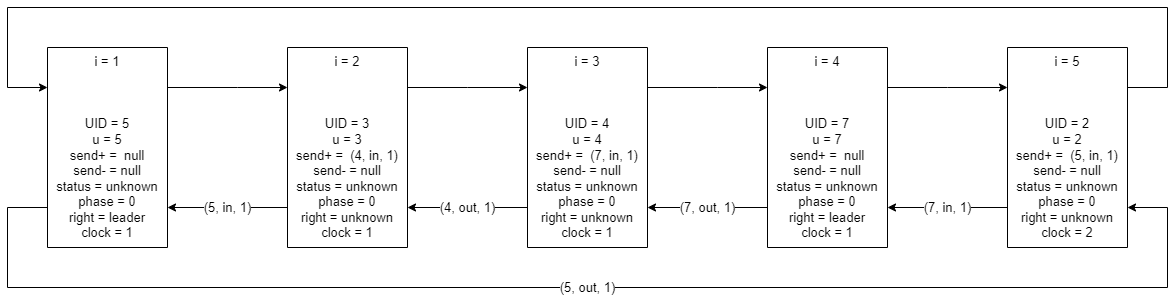
h1tlan/tods_first_exercise keeps this draw.io diagram as tods/02-tods.drawio.png. Above is the earlier version. Source tidied: cells renumbered, new cells last; positions are measured from the earlier drawing's top-left corner, leaving out a move shared by most shapes.
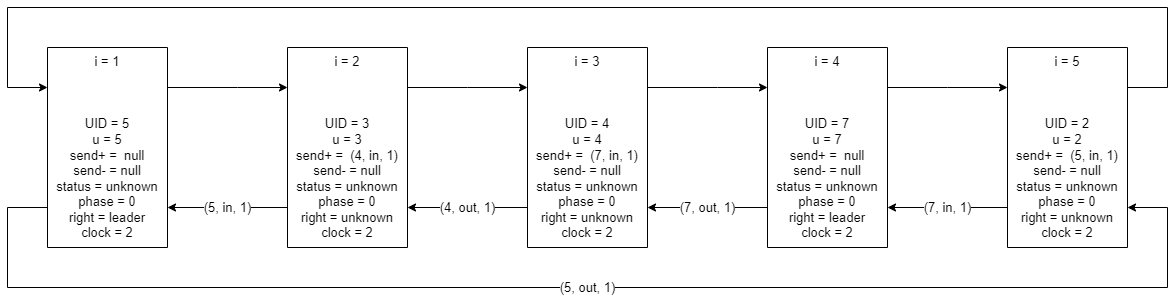
The same file after the commit.

Change to the diagram source:
```diff
@@ -20,7 +20,7 @@
         </Array>
       </mxGeometry>
     </mxCell>
-    <mxCell id="4" value="i = 1&lt;br&gt;&lt;br&gt;&lt;br&gt;&lt;br&gt;UID = 5&lt;br&gt;u = 5&lt;br&gt;send+ =&amp;nbsp; null&lt;br&gt;send- = null&lt;br&gt;status = unknown&lt;br&gt;phase = 0&lt;br&gt;right = leader&lt;br&gt;clock = 1" style="rounded=0;whiteSpace=wrap;html=1;fontSize=13;direction=south;" parent="1" vertex="1">
+    <mxCell id="4" value="i = 1&lt;br&gt;&lt;br&gt;&lt;br&gt;&lt;br&gt;UID = 5&lt;br&gt;u = 5&lt;br&gt;send+ =&amp;nbsp; null&lt;br&gt;send- = null&lt;br&gt;status = unknown&lt;br&gt;phase = 0&lt;br&gt;right = leader&lt;br&gt;clock = 2" style="rounded=0;whiteSpace=wrap;html=1;fontSize=13;direction=south;" parent="1" vertex="1">
       <mxGeometry x="40" y="40" width="120" height="200" as="geometry" />
     </mxCell>
     <mxCell id="5" value="(5, in, 1)" style="edgeStyle=orthogonalEdgeStyle;rounded=0;jettySize=auto;html=1;labelBorderColor=none;fontSize=13;" parent="1" edge="1" source="7" target="4">
@@ -39,7 +39,7 @@
         </Array>
       </mxGeometry>
     </mxCell>
-    <mxCell id="7" value="i = 2&lt;br&gt;&lt;br&gt;&lt;br&gt;&lt;br&gt;UID = 3&lt;br&gt;u = 3&lt;br&gt;send+ =&amp;nbsp; (4, in, 1)&lt;br&gt;send- = null&lt;br&gt;status = unknown&lt;br&gt;phase = 0&lt;br&gt;right = unknown&lt;br&gt;clock = 1" style="rounded=0;whiteSpace=wrap;html=1;fontSize=13;direction=south;" parent="1" vertex="1">
+    <mxCell id="7" value="i = 2&lt;br&gt;&lt;br&gt;&lt;br&gt;&lt;br&gt;UID = 3&lt;br&gt;u = 3&lt;br&gt;send+ =&amp;nbsp; (4, in, 1)&lt;br&gt;send- = null&lt;br&gt;status = unknown&lt;br&gt;phase = 0&lt;br&gt;right = unknown&lt;br&gt;clock = 2" style="rounded=0;whiteSpace=wrap;html=1;fontSize=13;direction=south;" parent="1" vertex="1">
       <mxGeometry x="280" y="40" width="120" height="200" as="geometry" />
     </mxCell>
     <mxCell id="8" value="(4, out, 1)" style="edgeStyle=orthogonalEdgeStyle;rounded=0;jettySize=auto;html=1;labelBorderColor=none;fontSize=13;" parent="1" edge="1" source="10" target="7">
@@ -58,7 +58,7 @@
         </Array>
       </mxGeometry>
     </mxCell>
-    <mxCell id="10" value="i = 3&lt;br&gt;&lt;br&gt;&lt;br&gt;&lt;br&gt;UID = 4&lt;br&gt;u = 4&lt;br&gt;send+ =&amp;nbsp; (7, in, 1)&lt;br&gt;send- = null&lt;br&gt;status = unknown&lt;br&gt;phase = 0&lt;br&gt;right = unknown&lt;br&gt;clock = 1" style="rounded=0;whiteSpace=wrap;html=1;fontSize=13;direction=south;" parent="1" vertex="1">
+    <mxCell id="10" value="i = 3&lt;br&gt;&lt;br&gt;&lt;br&gt;&lt;br&gt;UID = 4&lt;br&gt;u = 4&lt;br&gt;send+ =&amp;nbsp; (7, in, 1)&lt;br&gt;send- = null&lt;br&gt;status = unknown&lt;br&gt;phase = 0&lt;br&gt;right = unknown&lt;br&gt;clock = 2" style="rounded=0;whiteSpace=wrap;html=1;fontSize=13;direction=south;" parent="1" vertex="1">
       <mxGeometry x="520" y="40" width="120" height="200" as="geometry" />
     </mxCell>
     <mxCell id="11" value="(7, out, 1)" style="edgeStyle=orthogonalEdgeStyle;rounded=0;jettySize=auto;html=1;labelBorderColor=none;fontSize=13;" parent="1" edge="1" source="13" target="10">
@@ -77,7 +77,7 @@
         </Array>
       </mxGeometry>
     </mxCell>
-    <mxCell id="13" value="i = 4&lt;br&gt;&lt;br&gt;&lt;br&gt;&lt;br&gt;UID = 7&lt;br&gt;u = 7&lt;br&gt;send+ =&amp;nbsp; null&lt;br&gt;send- = null&lt;br&gt;status = unknown&lt;br&gt;phase = 0&lt;br&gt;right = leader&lt;br&gt;clock = 1" style="rounded=0;whiteSpace=wrap;html=1;fontSize=13;direction=south;" parent="1" vertex="1">
+    <mxCell id="13" value="i = 4&lt;br&gt;&lt;br&gt;&lt;br&gt;&lt;br&gt;UID = 7&lt;br&gt;u = 7&lt;br&gt;send+ =&amp;nbsp; null&lt;br&gt;send- = null&lt;br&gt;status = unknown&lt;br&gt;phase = 0&lt;br&gt;right = leader&lt;br&gt;clock = 2" style="rounded=0;whiteSpace=wrap;html=1;fontSize=13;direction=south;" parent="1" vertex="1">
       <mxGeometry x="760" y="40" width="120" height="200" as="geometry" />
     </mxCell>
     <mxCell id="14" value="(7, in, 1)" style="edgeStyle=orthogonalEdgeStyle;rounded=0;jettySize=auto;html=1;labelBorderColor=none;fontSize=13;" parent="1" edge="1" source="16" target="13">
```
